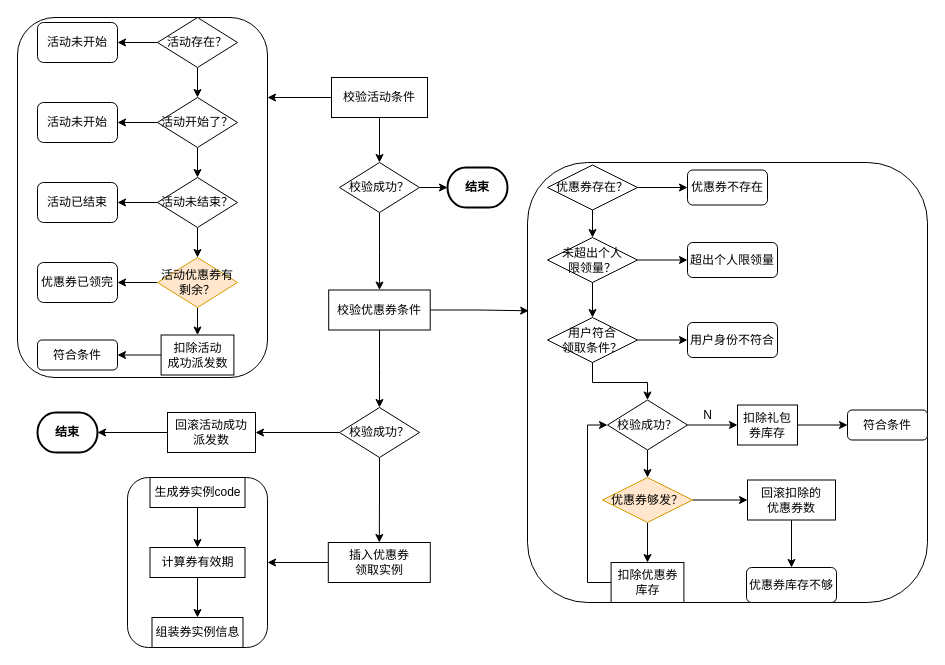
Before: 领券.drawio in ppp-203/ppp-203, a draw.io diagram. Source tidied: cells renumbered, new cells numbered last; positions are measured from the earlier drawing's top-left corner, leaving out a move shared by most shapes. Both pictures are drawn from the tidied source at 100%, with x=0, y=0 at pixel (17, 17).
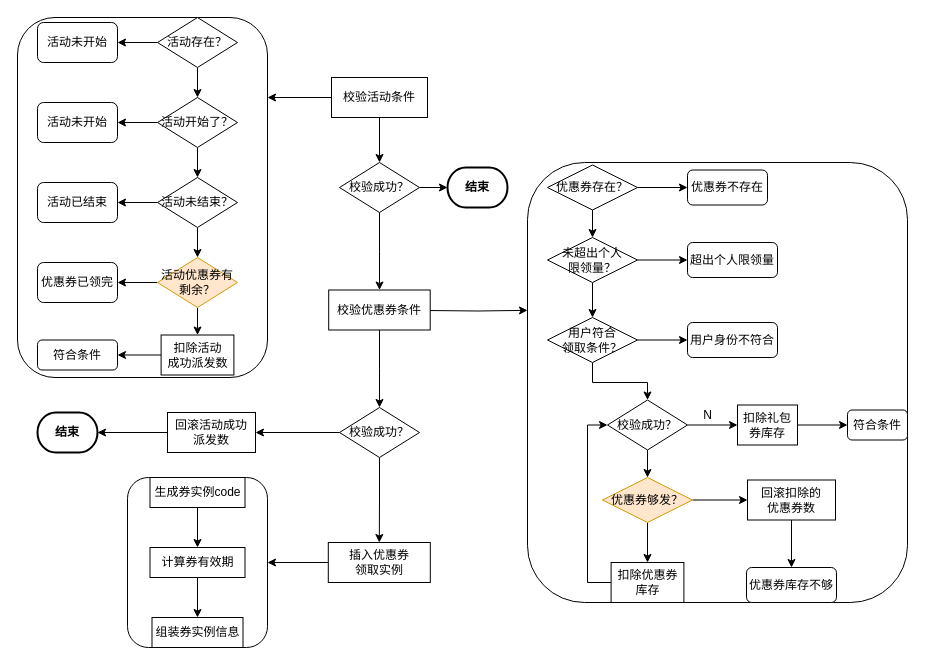
The same page after the edit.

Unchanged cells that the change refers to:
```xml
<mxCell id="23" value="校验优惠券条件" style="rounded=0;whiteSpace=wrap;html=1;" parent="1" vertex="1">
  <mxGeometry x="311.2" y="272.5" width="101.5" height="40" as="geometry" />
</mxCell>
```

Diff of the diagram source:
```diff
@@
-    <mxCell id="21" style="edgeStyle=orthogonalEdgeStyle;rounded=0;jettySize=auto;html=1;entryX=0.003;entryY=0.337;entryDx=0;entryDy=0;entryPerimeter=0;" parent="1" edge="1" source="23" target="28">
-      <mxGeometry relative="1" as="geometry" />
+    <mxCell id="21" style="edgeStyle=orthogonalEdgeStyle;rounded=0;jettySize=auto;html=1;entryX=0;entryY=0.336;entryDx=0;entryDy=0;entryPerimeter=0;" parent="1" edge="1" target="28">
+      <mxGeometry relative="1" as="geometry">
+        <mxPoint x="410" y="293" as="sourcePoint" />
+      </mxGeometry>
     </mxCell>
@@
     <mxCell id="28" style="rounded=1;whiteSpace=wrap;html=1;" parent="1" vertex="1">
-      <mxGeometry x="510" y="145" width="400" height="440" as="geometry" />
+      <mxGeometry x="510" y="145" width="380" height="440" as="geometry" />
     </mxCell>
@@
     <mxCell id="42" value="符合条件" style="rounded=1;whiteSpace=wrap;html=1;" parent="1" vertex="1">
-      <mxGeometry x="830" y="392.5" width="80" height="30" as="geometry" />
+      <mxGeometry x="830" y="392.5" width="60" height="30" as="geometry" />
     </mxCell>
```
